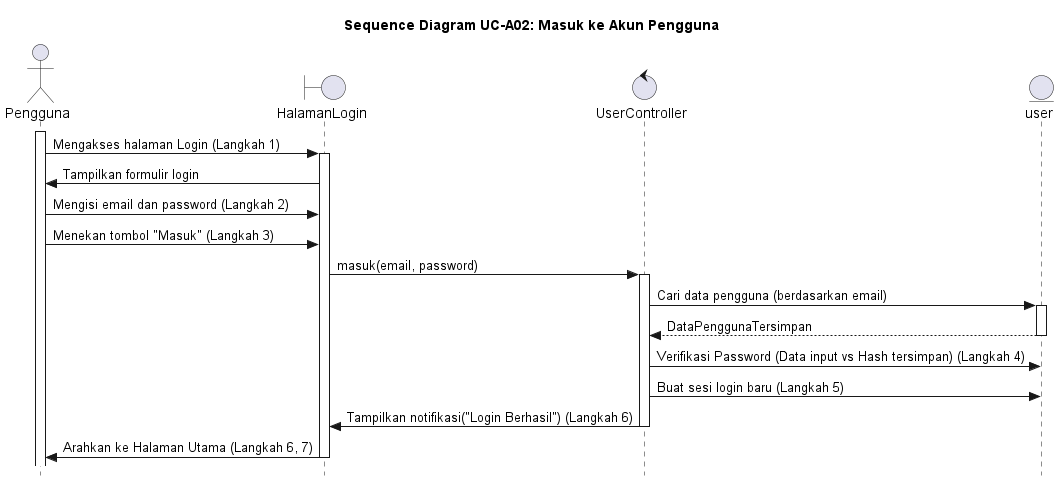
This is out/UC-A02/SD-UC-A02_Login.png from alfiahnurfa/RSI-PROYEK-AKHIR-SEQUENCE, a PlantUML export, as it was before one commit.
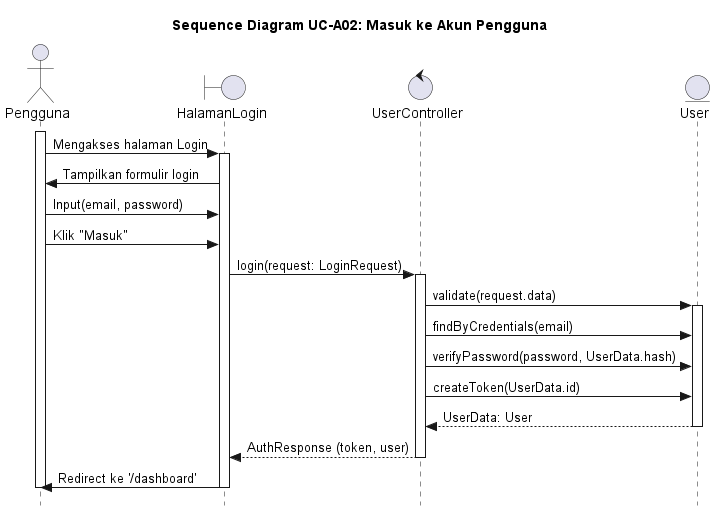
After the commit.

What changed in the source:
```diff
@@ -5,40 +5,40 @@
 actor Pengguna
 boundary HalamanLogin
 control UserController
-entity user
-
+entity User
 
 activate Pengguna
-Pengguna -> HalamanLogin : Mengakses halaman Login (Langkah 1)
+Pengguna -> HalamanLogin : Mengakses halaman Login
 activate HalamanLogin
 
 HalamanLogin -> Pengguna : Tampilkan formulir login
 
-Pengguna -> HalamanLogin : Mengisi email dan password (Langkah 2)
+Pengguna -> HalamanLogin : Input(email, password)
 
-Pengguna -> HalamanLogin : Menekan tombol "Masuk" (Langkah 3)
+Pengguna -> HalamanLogin : Klik "Masuk"
 
-HalamanLogin -> UserController : masuk(email, password)
+HalamanLogin -> UserController : login(request: LoginRequest)
 activate UserController
 
-UserController -> user : Cari data pengguna (berdasarkan email)
-activate user
-return DataPenggunaTersimpan
+UserController -> User : validate(request.data)
+activate User
 
-UserController -> user : Verifikasi Password (Data input vs Hash tersimpan) (Langkah 4)
-
-    UserController -> user : Buat sesi login baru (Langkah 5)
-
-    UserController -> HalamanLogin : Tampilkan notifikasi("Login Berhasil") (Langkah 6)
-    deactivate UserController
-
-    HalamanLogin -> Pengguna : Arahkan ke Halaman Utama (Langkah 6, 7)
-    deactivate HalamanLogin
+UserController -> User : findByCredentials(email)
 
 
+UserController -> User : verifyPassword(password, UserData.hash)
 
+UserController -> User : createToken(UserData.id)
 
+User --> UserController : UserData: User
 
-deactivate user
+deactivate User
+
+UserController --> HalamanLogin : AuthResponse (token, user)
+deactivate UserController
+
+HalamanLogin -> Pengguna : Redirect ke '/dashboard'
+deactivate HalamanLogin
+deactivate Pengguna
 
 @enduml
```
